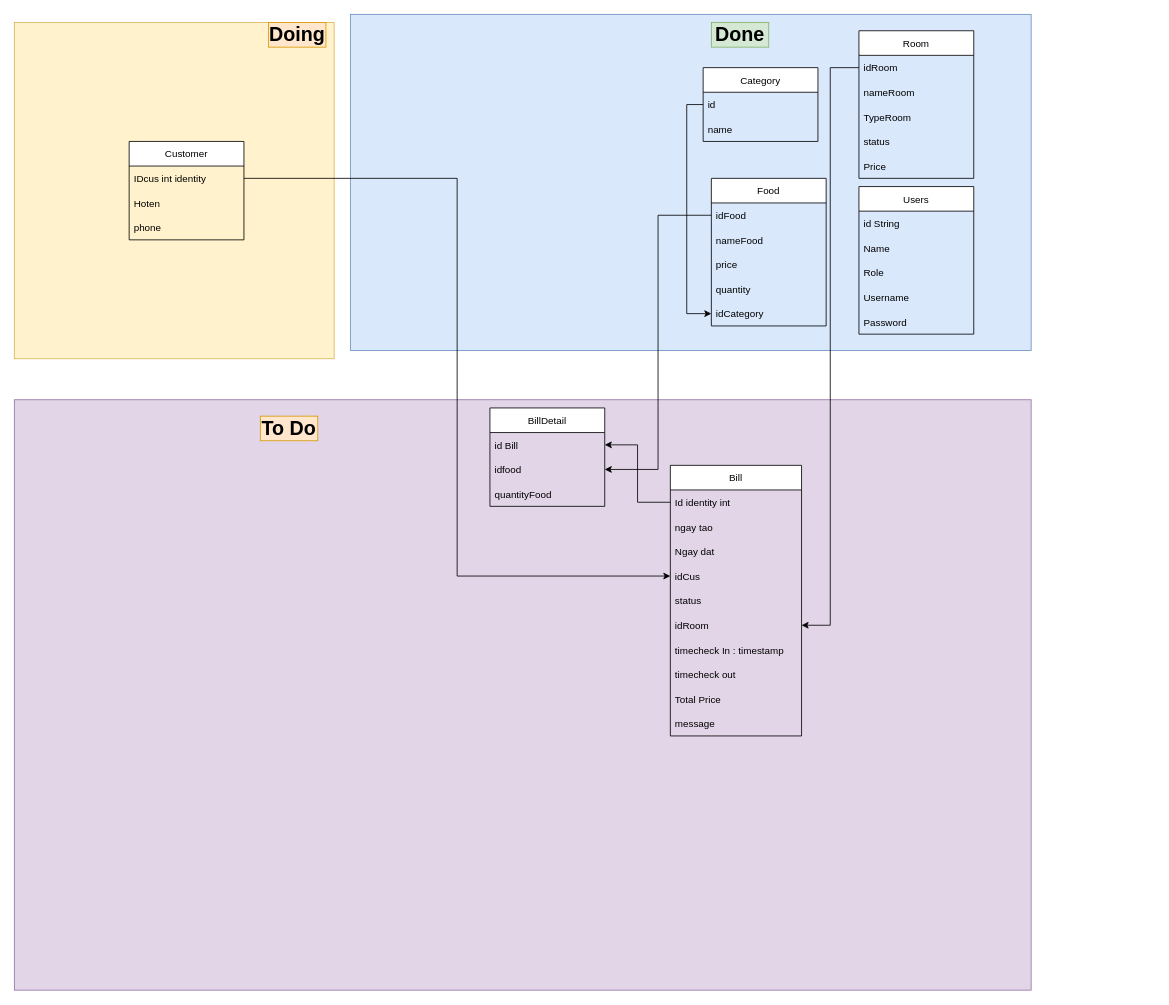
Before: Diagram.drawio in tranvancu185/karaokeweb, a draw.io diagram. Source tidied: cells renumbered, new cells numbered last; positions are measured from the earlier drawing's top-left corner, leaving out a move shared by most shapes. Both pictures are drawn from the tidied source at 82%, with x=0, y=0 at pixel (14, 14).
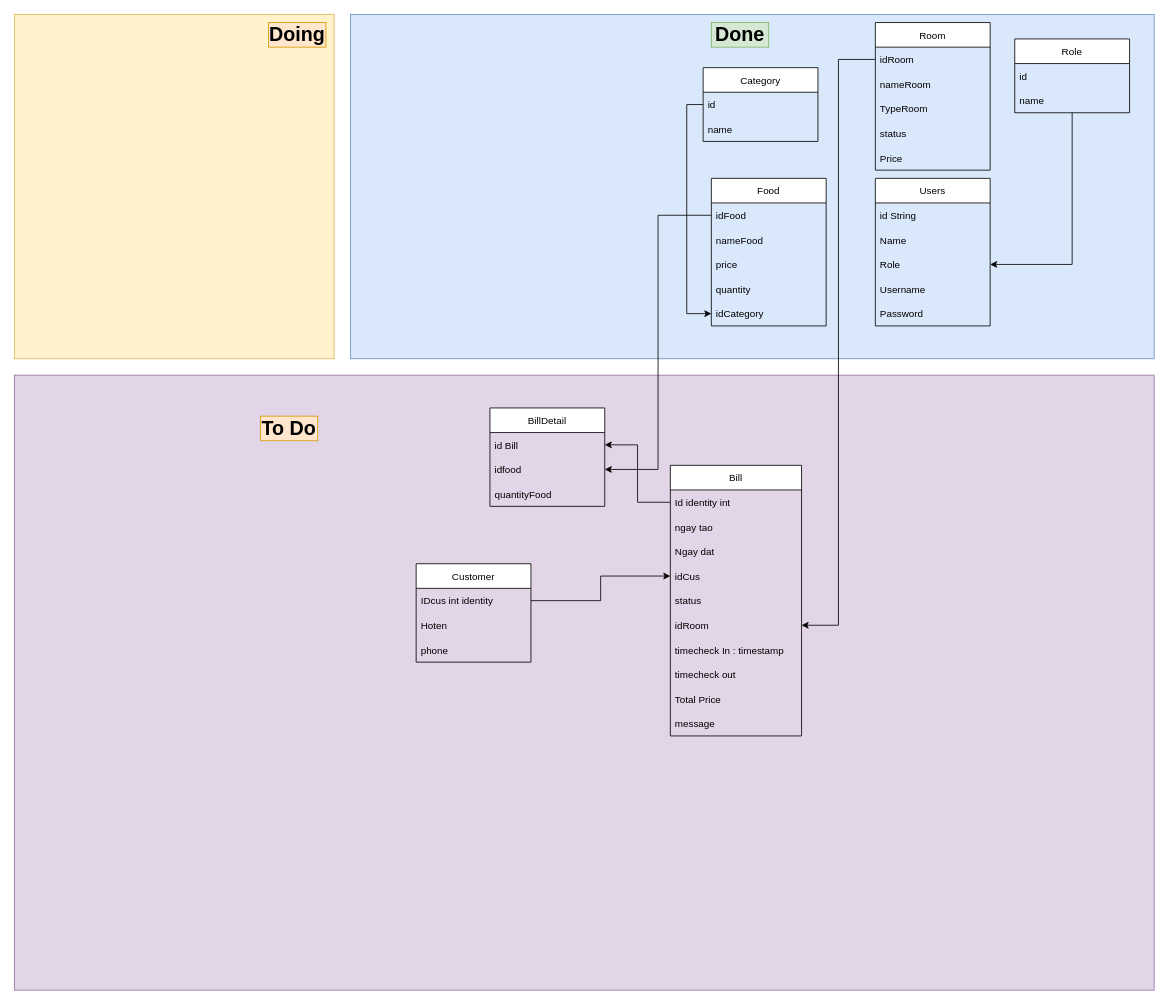
The same diagram, later.

Unchanged cells that the change refers to:
```xml
<mxCell id="12" value="Role" style="text;strokeColor=none;fillColor=none;align=left;verticalAlign=middle;spacingLeft=4;spacingRight=4;overflow=hidden;points=[[0,0.5],[1,0.5]];portConstraint=eastwest;" parent="9" vertex="1">
  <mxGeometry y="90" width="140" height="30" as="geometry" />
</mxCell>
```

What changed in the source:
```diff
@@
     <mxCell id="2" style="rounded=0;whiteSpace=wrap;html=1;fontSize=24;fillColor=#e1d5e7;strokeColor=#9673a6;" parent="1" vertex="1">
-      <mxGeometry y="470" width="1240" height="720" as="geometry" />
+      <mxGeometry y="440" width="1390" height="750" as="geometry" />
     </mxCell>
     <mxCell id="3" style="rounded=0;whiteSpace=wrap;html=1;fillColor=#fff2cc;strokeColor=#d6b656;" parent="1" vertex="1">
-      <mxGeometry y="10" width="390" height="410" as="geometry" />
+      <mxGeometry width="390" height="420" as="geometry" />
     </mxCell>
     <mxCell id="4" style="rounded=0;whiteSpace=wrap;html=1;fillColor=#dae8fc;strokeColor=#6c8ebf;" parent="1" vertex="1">
-      <mxGeometry x="410" width="830" height="410" as="geometry" />
+      <mxGeometry x="410" width="980" height="420" as="geometry" />
     </mxCell>
     <mxCell id="5" value="Customer" style="swimlane;fontStyle=0;horizontal=1;startSize=30;" parent="1" vertex="1">
-      <mxGeometry x="140" y="155" width="140" height="120" as="geometry" />
+      <mxGeometry x="490" y="670" width="140" height="120" as="geometry" />
     </mxCell>
@@
     <mxCell id="9" value="Users" style="swimlane;fontStyle=0;horizontal=1;startSize=30;" parent="1" vertex="1">
-      <mxGeometry x="1030" y="210" width="140" height="180" as="geometry" />
+      <mxGeometry x="1050" y="200" width="140" height="180" as="geometry" />
     </mxCell>
@@
     <mxCell id="15" value="Room" style="swimlane;fontStyle=0;horizontal=1;startSize=30;" parent="1" vertex="1">
-      <mxGeometry x="1030" y="20" width="140" height="180" as="geometry" />
+      <mxGeometry x="1050" y="10" width="140" height="180" as="geometry" />
     </mxCell>
@@
+    <mxCell id="53" style="edgeStyle=orthogonalEdgeStyle;rounded=0;jettySize=auto;html=1;entryX=1;entryY=0.5;entryDx=0;entryDy=0;" parent="1" edge="1" source="54" target="12">
+      <mxGeometry relative="1" as="geometry" />
+    </mxCell>
+    <mxCell id="54" value="Role" style="swimlane;fontStyle=0;horizontal=1;startSize=30;" parent="1" vertex="1">
+      <mxGeometry x="1220" y="30" width="140" height="90" as="geometry" />
+    </mxCell>
+    <mxCell id="55" value="id" style="text;strokeColor=none;fillColor=none;align=left;verticalAlign=middle;spacingLeft=4;spacingRight=4;overflow=hidden;" parent="54" vertex="1">
+      <mxGeometry y="30" width="140" height="30" as="geometry" />
+    </mxCell>
+    <mxCell id="56" value="name" style="text;strokeColor=none;fillColor=none;align=left;verticalAlign=middle;spacingLeft=4;spacingRight=4;overflow=hidden;" parent="54" vertex="1">
+      <mxGeometry y="60" width="140" height="30" as="geometry" />
+    </mxCell>
```
